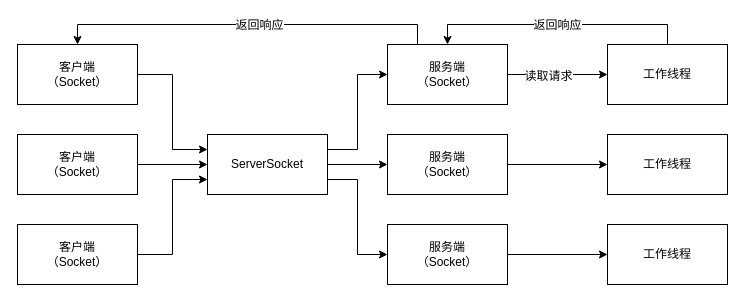
Before: IO/03_Socket传统网络编程的缺陷.drawio in chenshuai1995/a-imgs, a draw.io diagram. Source tidied: cells renumbered, new cells numbered last; positions are measured from the earlier drawing's top-left corner, leaving out a move shared by most shapes. Both pictures are drawn from the tidied source at 100%, with x=0, y=0 at pixel (17, 24).
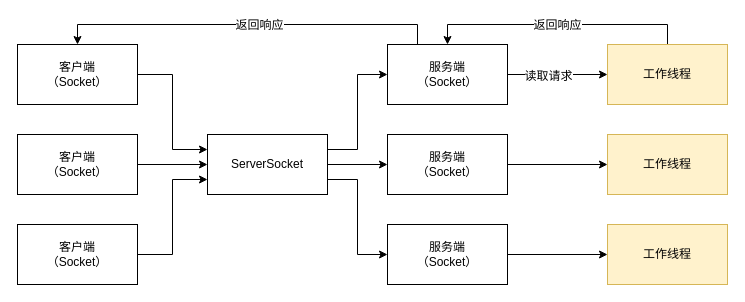
The same page after the edit.

Commit message (it also covers changes not shown here):
更新03_Socket传统网络编程的缺陷.drawio

Diff of the diagram source:
```diff
@@
-    <mxCell id="23" value="工作线程" style="rounded=0;whiteSpace=wrap;html=1;" parent="1" vertex="1">
+    <mxCell id="23" value="工作线程" style="rounded=0;whiteSpace=wrap;html=1;fillColor=#fff2cc;strokeColor=#d6b656;" parent="1" vertex="1">
       <mxGeometry x="590" y="20" width="120" height="60" as="geometry" />
     </mxCell>
-    <mxCell id="24" value="工作线程" style="rounded=0;whiteSpace=wrap;html=1;" parent="1" vertex="1">
+    <mxCell id="24" value="工作线程" style="rounded=0;whiteSpace=wrap;html=1;fillColor=#fff2cc;strokeColor=#d6b656;" parent="1" vertex="1">
       <mxGeometry x="590" y="110" width="120" height="60" as="geometry" />
     </mxCell>
-    <mxCell id="25" value="工作线程" style="rounded=0;whiteSpace=wrap;html=1;" parent="1" vertex="1">
+    <mxCell id="25" value="工作线程" style="rounded=0;whiteSpace=wrap;html=1;fillColor=#fff2cc;strokeColor=#d6b656;" parent="1" vertex="1">
       <mxGeometry x="590" y="200" width="120" height="60" as="geometry" />
     </mxCell>
```
